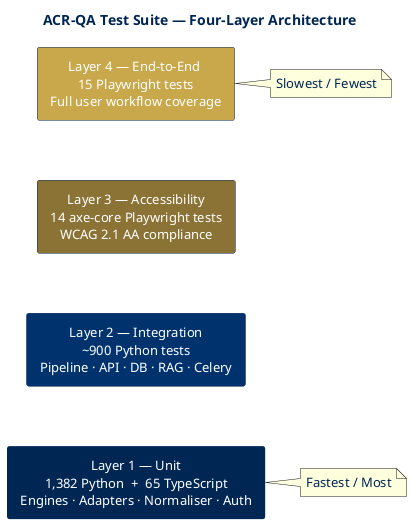
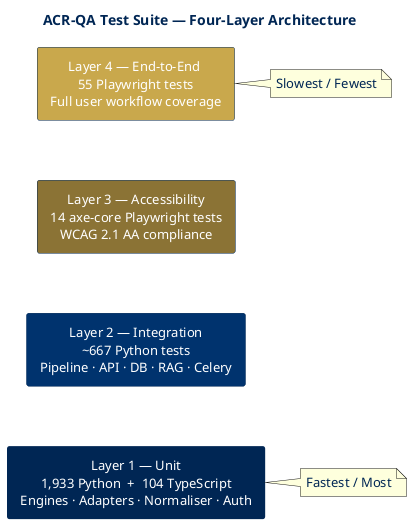
@startuml test_pyramid
skinparam backgroundColor white
skinparam defaultFontName "Arial"
skinparam DefaultTextAlignment center
skinparam ArrowColor #002654
skinparam rectangleBorderColor #002654
skinparam rectangleFontColor white
skinparam rectangleFontSize 13

title <color:#002654><b>ACR-QA Test Suite — Four-Layer Architecture</b></color>

- rectangle " Layer 4 — End-to-End  \n 15 Playwright tests \n Full user workflow coverage " as L4 #C9A84C
+ rectangle " Layer 4 — End-to-End  \n 55 Playwright tests \n Full user workflow coverage " as L4 #C9A84C

rectangle " Layer 3 — Accessibility \n 14 axe-core Playwright tests \n WCAG 2.1 AA compliance " as L3 #8B7335

- rectangle " Layer 2 — Integration \n ~900 Python tests \n Pipeline · API · DB · RAG · Celery " as L2 #00336E
+ rectangle " Layer 2 — Integration \n ~667 Python tests \n Pipeline · API · DB · RAG · Celery " as L2 #00336E

- rectangle " Layer 1 — Unit \n 1,382 Python  +  65 TypeScript \n Engines · Adapters · Normaliser · Auth " as L1 #002654
+ rectangle " Layer 1 — Unit \n 1,933 Python  +  104 TypeScript \n Engines · Adapters · Normaliser · Auth " as L1 #002654

L4 -[hidden]down-> L3
L3 -[hidden]down-> L2
L2 -[hidden]down-> L1

note right of L4 : <color:#002654>Slowest / Fewest</color>
note right of L1 : <color:#002654>Fastest / Most</color>
@enduml
